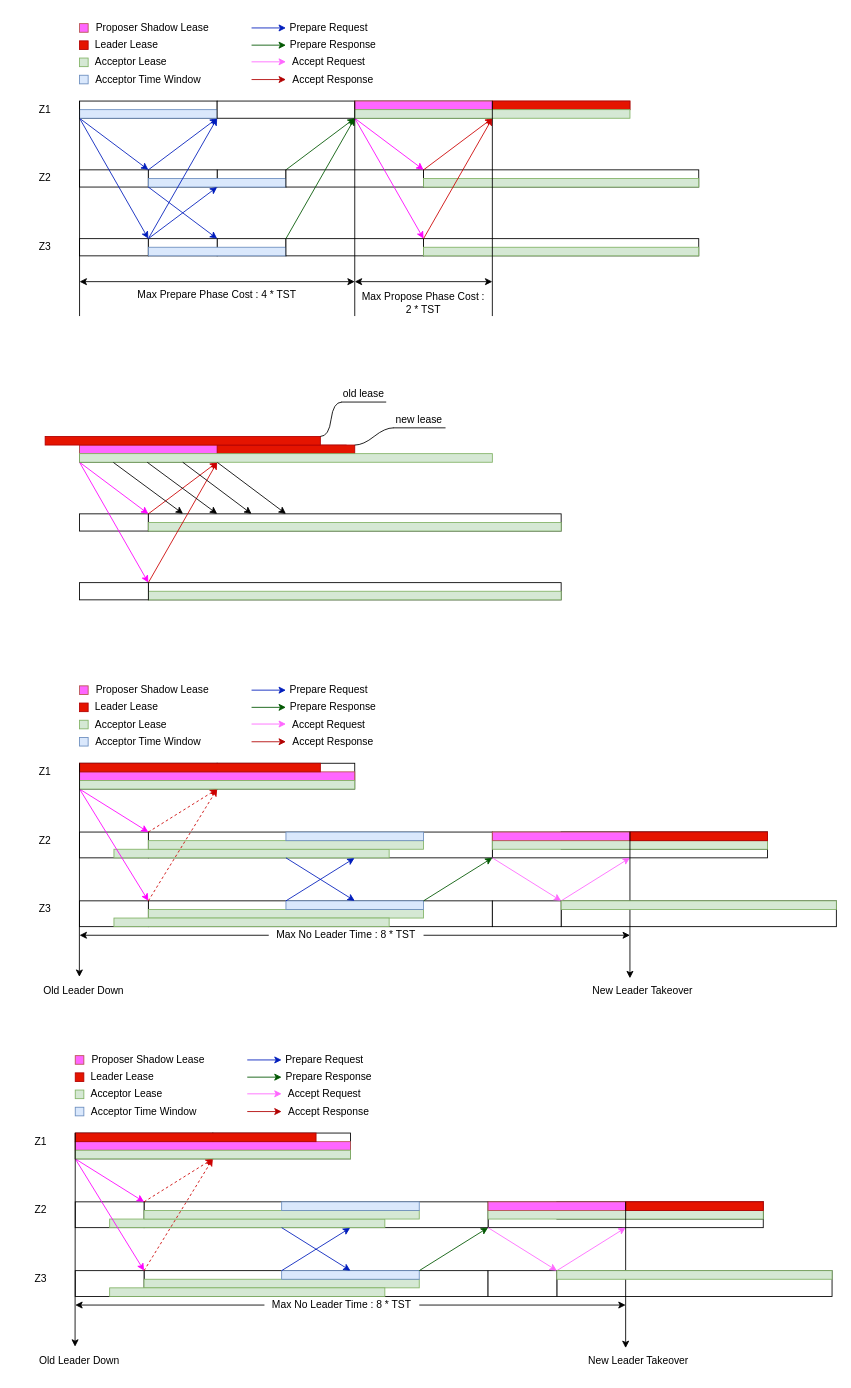
Above: 未命名绘图.drawio in fengdeyiji/election (draw.io), before the change. Source tidied: cells renumbered, new cells numbered last; positions are measured from the earlier drawing's top-left corner, leaving out a move shared by most shapes. Both pictures are drawn from the tidied source at 86%, with x=0, y=0 at pixel (15, 15).
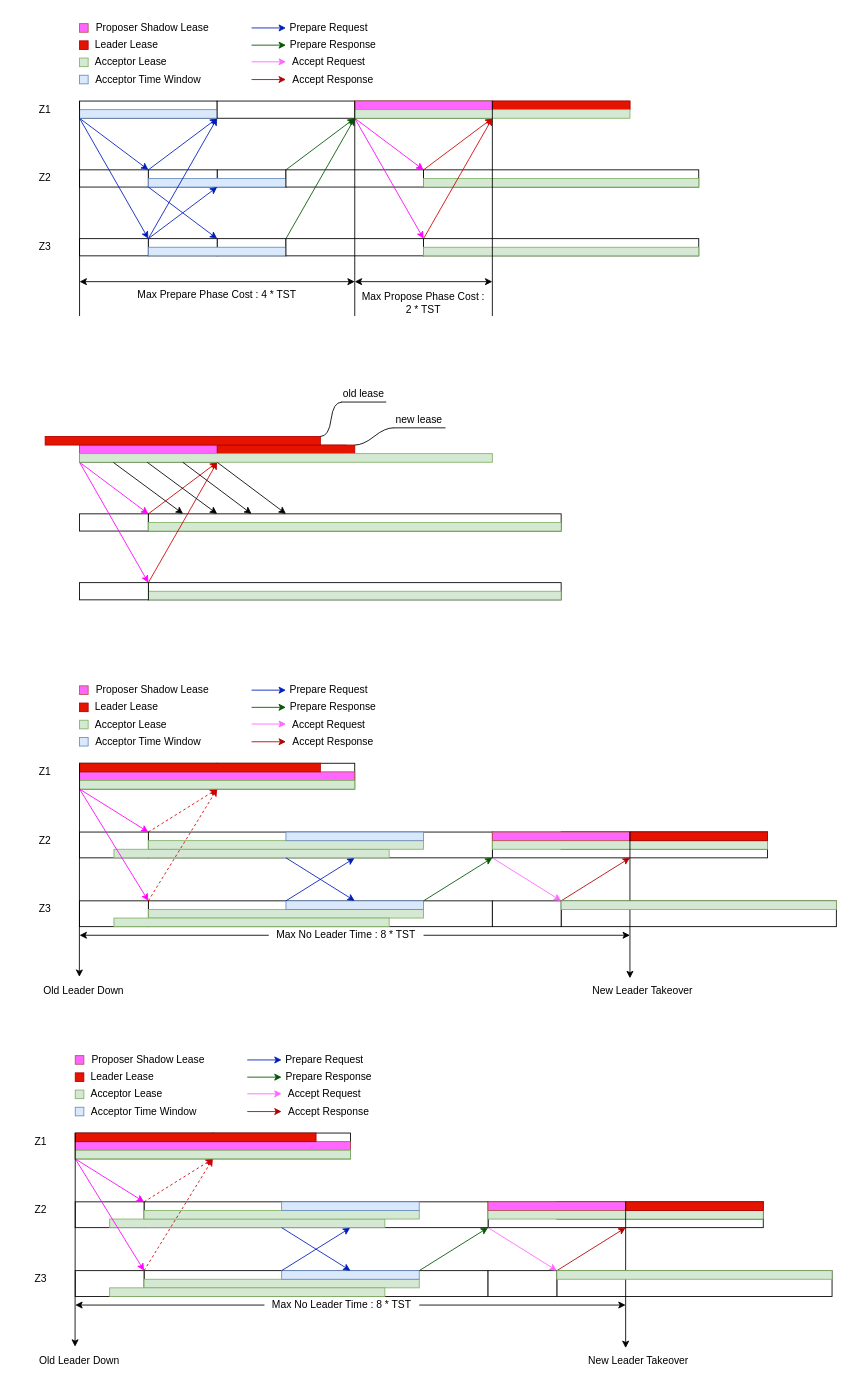
Above is the later version.

Commit message (it also covers changes not shown here):
更新未命名绘图.drawio

What changed in the source:
```diff
@@
-    <mxCell id="108" style="endArrow=classic;html=1;rounded=0;strokeColor=#FF66FF;exitX=0;exitY=0;exitDx=0;exitDy=0;" parent="1" edge="1">
+    <mxCell id="108" style="endArrow=classic;html=1;rounded=0;strokeColor=#B20000;exitX=0;exitY=0;exitDx=0;exitDy=0;fillColor=#e51400;" parent="1" edge="1">
       <mxGeometry relative="1" as="geometry">
         <mxPoint x="635" y="1030" as="sourcePoint" />
         <mxPoint x="715" y="980" as="targetPoint" />
       </mxGeometry>
     </mxCell>
@@
-    <mxCell id="189" style="endArrow=classic;html=1;rounded=0;strokeColor=#FF66FF;exitX=0;exitY=0;exitDx=0;exitDy=0;" parent="1" edge="1">
+    <mxCell id="189" style="endArrow=classic;html=1;rounded=0;strokeColor=#B20000;exitX=0;exitY=0;exitDx=0;exitDy=0;fillColor=#e51400;" parent="1" edge="1">
       <mxGeometry relative="1" as="geometry">
         <mxPoint x="630" y="1460" as="sourcePoint" />
         <mxPoint x="710" y="1410" as="targetPoint" />
       </mxGeometry>
     </mxCell>
```
